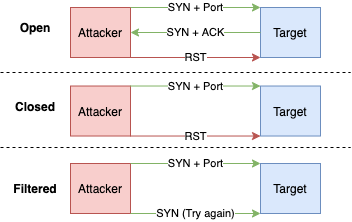
Before: chapters/03-scanning-networks/img/syn-scan.png, a diagram exported from draw.io (undergroundwires/CEH-in-bullet-points). Source tidied: cells renumbered, new cells last; positions are measured from the earlier drawing's top-left corner, leaving out a move shared by most shapes.
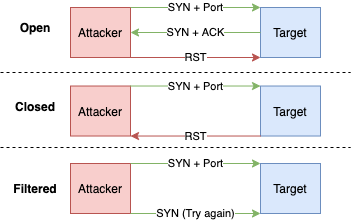
The same file after the commit.

Commit message:
Correct SYN scan behavior with closed port #1

The edit, as a diff of the source:
```diff
@@ -38,7 +38,7 @@
     <mxCell id="12" value="SYN + Port" style="endArrow=classic;html=1;exitX=1;exitY=0;exitDx=0;exitDy=0;entryX=0;entryY=0;entryDx=0;entryDy=0;fillColor=#d5e8d4;strokeColor=#82b366;" parent="1" edge="1" source="10" target="11">
       <mxGeometry relative="1" as="geometry" />
     </mxCell>
-    <mxCell id="13" value="RST" style="endArrow=classic;html=1;entryX=0;entryY=1;entryDx=0;entryDy=0;fillColor=#f8cecc;strokeColor=#b85450;exitX=1;exitY=1;exitDx=0;exitDy=0;" parent="1" edge="1" source="10" target="11">
+    <mxCell id="13" value="RST" style="endArrow=classic;html=1;entryX=1;entryY=1;entryDx=0;entryDy=0;fillColor=#f8cecc;strokeColor=#b85450;exitX=0;exitY=1;exitDx=0;exitDy=0;" parent="1" edge="1" source="11" target="10">
       <mxGeometry relative="1" as="geometry" />
     </mxCell>
     <mxCell id="14" value="Attacker" style="rounded=0;whiteSpace=wrap;html=1;fillColor=#f8cecc;strokeColor=#b85450;" parent="1" vertex="1">
```
